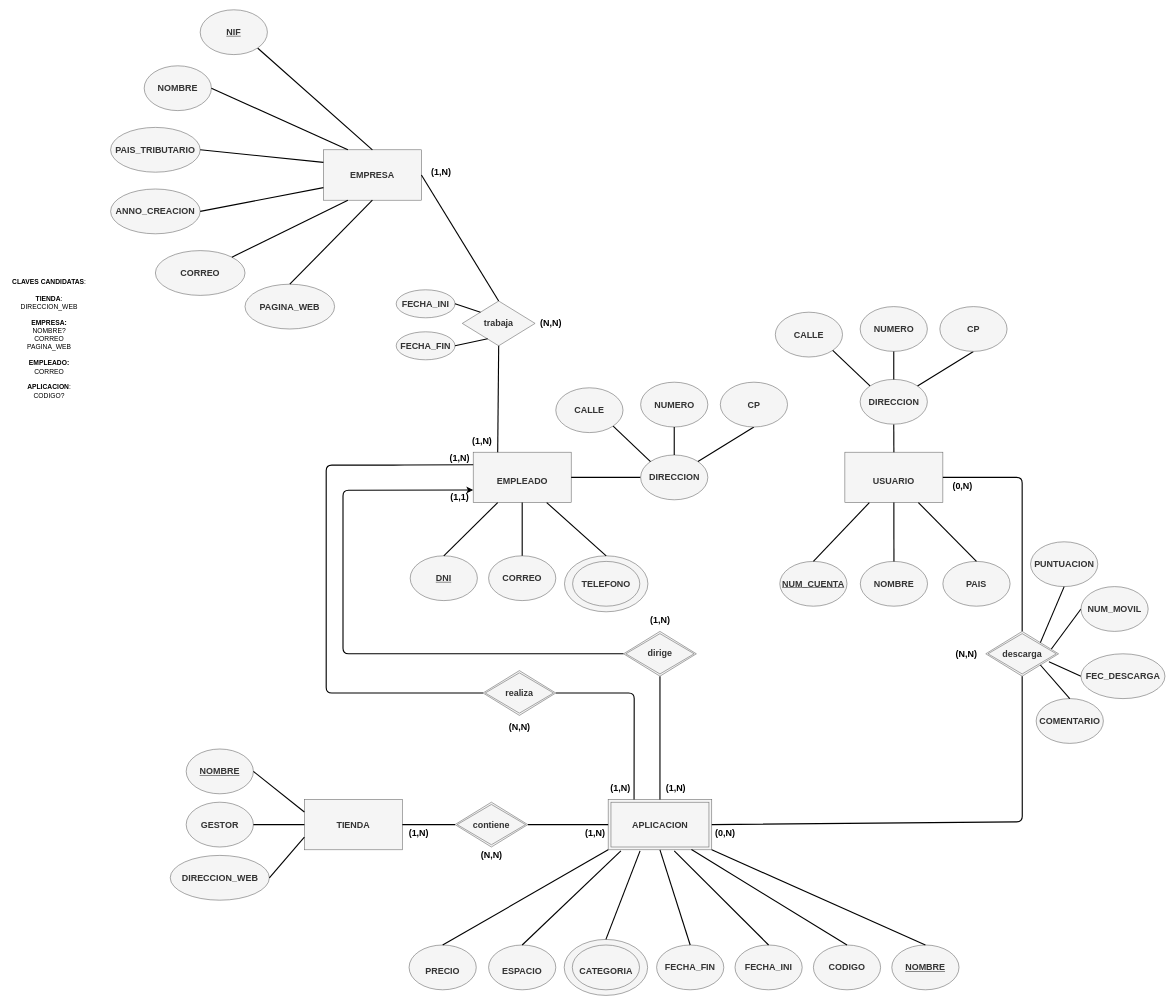
This is DiagramaEntidadRelacion.drawio from AlbertoUAH/Bases-de-datos-SQL, a draw.io file, before an edit. Source tidied: cells renumbered, new cells numbered last; positions are measured from the earlier drawing's top-left corner, leaving out a move shared by most shapes. Both pictures are drawn from the tidied source at 56%, with x=0, y=0 at pixel (10, 10).
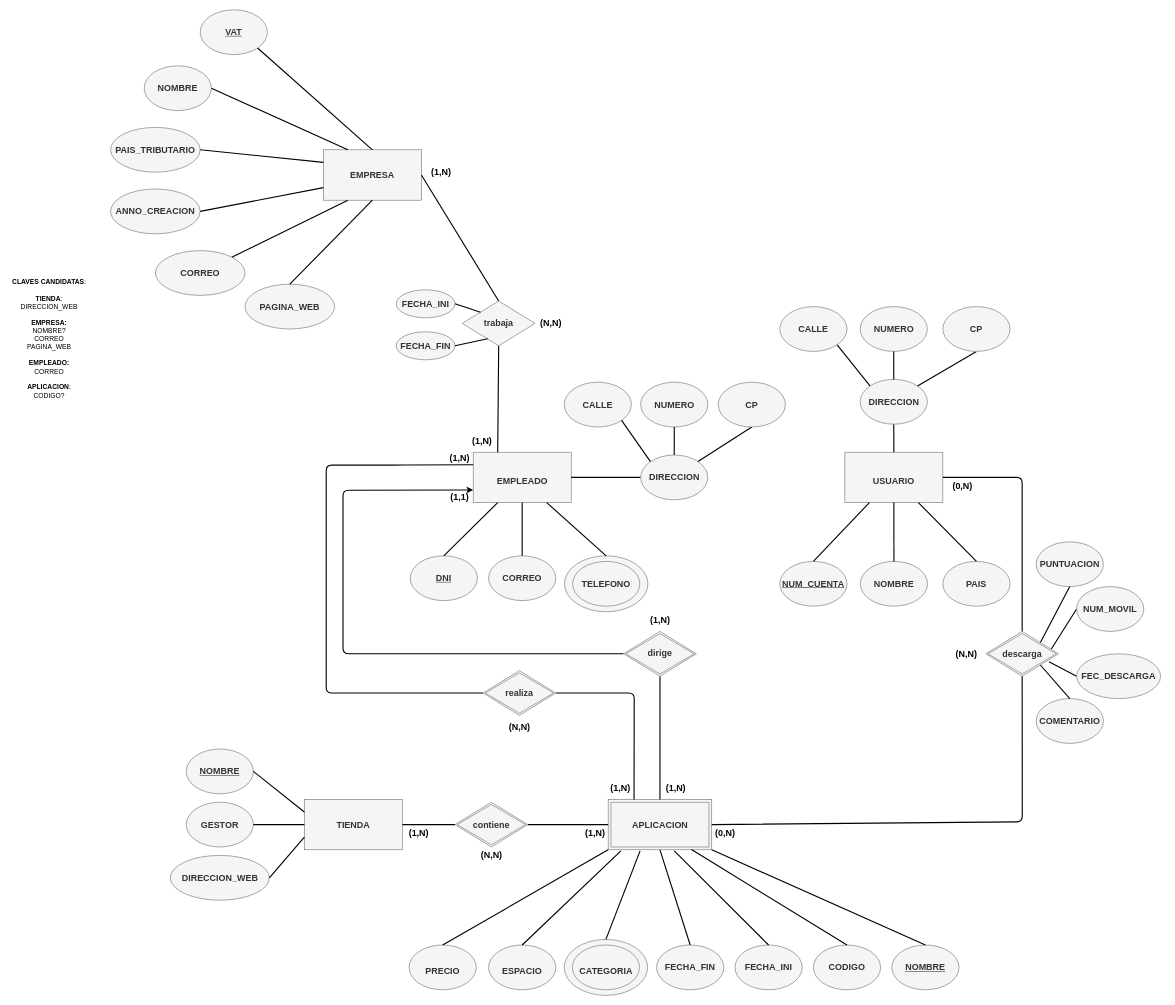
The same diagram, later.

Change to the diagram source:
```diff
@@
-    <mxCell id="20" value="&lt;font style=&quot;font-size: 16px&quot;&gt;&lt;span&gt;&lt;b&gt;NIF&lt;/b&gt;&lt;/span&gt;&lt;/font&gt;" style="ellipse;whiteSpace=wrap;html=1;fillColor=#f5f5f5;strokeColor=#666666;fontColor=#333333;fontStyle=4;" parent="1" vertex="1">
+    <mxCell id="20" value="&lt;font style=&quot;font-size: 16px&quot;&gt;&lt;span&gt;&lt;b&gt;VAT&lt;/b&gt;&lt;/span&gt;&lt;/font&gt;" style="ellipse;whiteSpace=wrap;html=1;fillColor=#f5f5f5;strokeColor=#666666;fontColor=#333333;fontStyle=4;" parent="1" vertex="1">
       <mxGeometry x="340" width="120" height="80" as="geometry" />
     </mxCell>
@@
-    <mxCell id="28" value="&lt;br&gt;&lt;b&gt;&lt;font style=&quot;font-size: 16px&quot;&gt;ESPACIO&lt;/font&gt;&lt;/b&gt;" style="ellipse;whiteSpace=wrap;html=1;fillColor=#f5f5f5;strokeColor=#666666;fontColor=#333333;fontStyle=0;" parent="1" vertex="1">
+    <mxCell id="28" value="&lt;br&gt;&lt;b&gt;&lt;font style=&quot;font-size: 16px&quot;&gt;ESPACIO&lt;/font&gt;&lt;/b&gt;" style="ellipse;whiteSpace=wrap;html=1;fillColor=#f5f5f5;strokeColor=#666666;fontColor=#333333;fontStyle=0;verticalAlign=middle;" parent="1" vertex="1">
       <mxGeometry x="855" y="1670" width="120" height="80" as="geometry" />
     </mxCell>
@@
     <mxCell id="83" value="&lt;font style=&quot;font-size: 16px&quot;&gt;&lt;span&gt;&lt;b&gt;PUNTUACION&lt;/b&gt;&lt;/span&gt;&lt;/font&gt;" style="ellipse;whiteSpace=wrap;html=1;fillColor=#f5f5f5;strokeColor=#666666;fontColor=#333333;fontStyle=0;" parent="1" vertex="1">
-      <mxGeometry x="1822.8" y="950" width="120" height="80" as="geometry" />
+      <mxGeometry x="1832.8" y="950" width="120" height="80" as="geometry" />
     </mxCell>
@@
     <mxCell id="88" value="&lt;font style=&quot;font-size: 16px&quot;&gt;&lt;span&gt;&lt;b&gt;NUM_MOVIL&lt;/b&gt;&lt;/span&gt;&lt;/font&gt;" style="ellipse;whiteSpace=wrap;html=1;fillColor=#f5f5f5;strokeColor=#666666;fontColor=#333333;fontStyle=0;" parent="1" vertex="1">
-      <mxGeometry x="1912.8" y="1030" width="120" height="80" as="geometry" />
+      <mxGeometry x="1905" y="1030" width="120" height="80" as="geometry" />
     </mxCell>
@@
     <mxCell id="91" value="&lt;font style=&quot;font-size: 16px&quot;&gt;&lt;span&gt;&lt;b&gt;FEC_DESCARGA&lt;/b&gt;&lt;/span&gt;&lt;/font&gt;" style="ellipse;whiteSpace=wrap;html=1;fillColor=#f5f5f5;strokeColor=#666666;fontColor=#333333;fontStyle=0;" parent="1" vertex="1">
-      <mxGeometry x="1912.8" y="1150" width="150" height="80" as="geometry" />
+      <mxGeometry x="1905" y="1150" width="150" height="80" as="geometry" />
     </mxCell>
@@
     <mxCell id="93" value="&lt;font style=&quot;font-size: 16px&quot;&gt;&lt;span&gt;&lt;b&gt;CALLE&lt;/b&gt;&lt;br&gt;&lt;/span&gt;&lt;/font&gt;" style="ellipse;whiteSpace=wrap;html=1;fillColor=#f5f5f5;strokeColor=#666666;fontColor=#333333;fontStyle=0;" parent="1" vertex="1">
-      <mxGeometry x="975" y="675" width="120" height="80" as="geometry" />
+      <mxGeometry x="990" y="665" width="120" height="80" as="geometry" />
     </mxCell>
@@
     <mxCell id="99" value="&lt;font style=&quot;font-size: 16px&quot;&gt;&lt;span&gt;&lt;b&gt;CP&lt;/b&gt;&lt;br&gt;&lt;/span&gt;&lt;/font&gt;" style="ellipse;whiteSpace=wrap;html=1;fillColor=#f5f5f5;strokeColor=#666666;fontColor=#333333;fontStyle=0;" parent="1" vertex="1">
-      <mxGeometry x="1268.8" y="665" width="120" height="80" as="geometry" />
+      <mxGeometry x="1265" y="665" width="120" height="80" as="geometry" />
     </mxCell>
@@
     <mxCell id="105" value="&lt;font style=&quot;font-size: 16px&quot;&gt;&lt;span&gt;&lt;b&gt;CALLE&lt;/b&gt;&lt;br&gt;&lt;/span&gt;&lt;/font&gt;" style="ellipse;whiteSpace=wrap;html=1;fillColor=#f5f5f5;strokeColor=#666666;fontColor=#333333;fontStyle=0;" parent="1" vertex="1">
-      <mxGeometry x="1367" y="540" width="120" height="80" as="geometry" />
+      <mxGeometry x="1375" y="530" width="120" height="80" as="geometry" />
     </mxCell>
@@
     <mxCell id="111" value="&lt;font style=&quot;font-size: 16px&quot;&gt;&lt;span&gt;&lt;b&gt;CP&lt;/b&gt;&lt;br&gt;&lt;/span&gt;&lt;/font&gt;" style="ellipse;whiteSpace=wrap;html=1;fillColor=#f5f5f5;strokeColor=#666666;fontColor=#333333;fontStyle=0;" parent="1" vertex="1">
-      <mxGeometry x="1660.8" y="530" width="120" height="80" as="geometry" />
+      <mxGeometry x="1666.2" y="530" width="120" height="80" as="geometry" />
     </mxCell>
```
